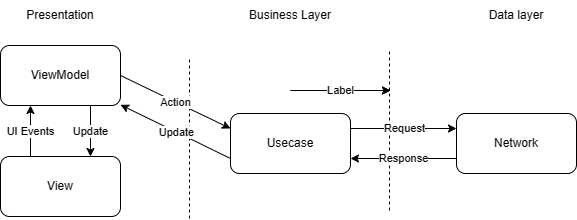
This is temp.drawio.png from mrkazansky/sample-image, a draw.io export, as it was before one commit. Source tidied: cells renumbered, new cells last; positions are measured from the earlier drawing's top-left corner, leaving out a move shared by most shapes. The source it was exported from:
```xml
<mxGraphModel>
  <root>
    <mxCell id="0" />
    <mxCell id="1" parent="0" />
    <mxCell id="2" style="endArrow=none;dashed=1;html=1;rounded=0;" parent="1" edge="1">
      <mxGeometry relative="1" as="geometry">
        <mxPoint x="189" y="218" as="sourcePoint" />
        <mxPoint x="189" y="58" as="targetPoint" />
      </mxGeometry>
    </mxCell>
    <mxCell id="3" style="endArrow=none;dashed=1;html=1;rounded=0;" parent="1" edge="1">
      <mxGeometry relative="1" as="geometry">
        <mxPoint x="389" y="210" as="sourcePoint" />
        <mxPoint x="389" y="50" as="targetPoint" />
      </mxGeometry>
    </mxCell>
    <mxCell id="4" value="View" style="rounded=1;whiteSpace=wrap;html=1;" parent="1" vertex="1">
      <mxGeometry y="156" width="120" height="60" as="geometry" />
    </mxCell>
    <mxCell id="5" value="Presentation" style="text;html=1;strokeColor=none;fillColor=none;align=center;verticalAlign=middle;whiteSpace=wrap;rounded=0;" parent="1" vertex="1">
      <mxGeometry x="30" width="60" height="30" as="geometry" />
    </mxCell>
    <mxCell id="6" value="Business Layer" style="text;html=1;strokeColor=none;fillColor=none;align=center;verticalAlign=middle;whiteSpace=wrap;rounded=0;" parent="1" vertex="1">
      <mxGeometry x="230" width="120" height="30" as="geometry" />
    </mxCell>
    <mxCell id="7" value="Data layer" style="text;html=1;strokeColor=none;fillColor=none;align=center;verticalAlign=middle;whiteSpace=wrap;rounded=0;" parent="1" vertex="1">
      <mxGeometry x="456" width="120" height="30" as="geometry" />
    </mxCell>
    <mxCell id="8" value="Usecase" style="rounded=1;whiteSpace=wrap;html=1;" parent="1" vertex="1">
      <mxGeometry x="230" y="113" width="120" height="60" as="geometry" />
    </mxCell>
    <mxCell id="9" value="Network" style="rounded=1;whiteSpace=wrap;html=1;" parent="1" vertex="1">
      <mxGeometry x="456" y="113" width="120" height="60" as="geometry" />
    </mxCell>
    <mxCell id="10" value="ViewModel" style="rounded=1;whiteSpace=wrap;html=1;" parent="1" vertex="1">
      <mxGeometry y="45" width="120" height="60" as="geometry" />
    </mxCell>
    <mxCell id="11" style="endArrow=classic;html=1;rounded=0;entryX=0;entryY=0.25;entryDx=0;entryDy=0;exitX=1;exitY=0.5;exitDx=0;exitDy=0;" parent="1" edge="1" source="10" target="8">
      <mxGeometry relative="1" as="geometry" />
    </mxCell>
    <mxCell id="12" value="Action" style="edgeLabel;html=1;align=center;verticalAlign=middle;" parent="11" vertex="1">
      <mxGeometry relative="1" as="geometry" />
    </mxCell>
    <mxCell id="13" style="endArrow=classic;html=1;rounded=0;entryX=0;entryY=0.25;entryDx=0;entryDy=0;exitX=1;exitY=0.25;exitDx=0;exitDy=0;" parent="1" edge="1" source="8" target="9">
      <mxGeometry relative="1" as="geometry" />
    </mxCell>
    <mxCell id="14" value="Request" style="edgeLabel;html=1;align=center;verticalAlign=middle;" parent="13" vertex="1">
      <mxGeometry relative="1" as="geometry" />
    </mxCell>
    <mxCell id="15" style="endArrow=classic;html=1;rounded=0;exitX=0;exitY=0.75;exitDx=0;exitDy=0;entryX=1;entryY=0.75;entryDx=0;entryDy=0;" parent="1" edge="1" source="9" target="8">
      <mxGeometry relative="1" as="geometry" />
    </mxCell>
    <mxCell id="16" value="Response" style="edgeLabel;html=1;align=center;verticalAlign=middle;" parent="15" vertex="1">
      <mxGeometry relative="1" as="geometry" />
    </mxCell>
    <mxCell id="17" style="endArrow=classic;html=1;rounded=0;" parent="1" edge="1">
      <mxGeometry relative="1" as="geometry">
        <mxPoint x="290" y="90" as="sourcePoint" />
        <mxPoint x="390" y="90" as="targetPoint" />
      </mxGeometry>
    </mxCell>
    <mxCell id="18" value="Label" style="edgeLabel;html=1;align=center;verticalAlign=middle;" parent="17" vertex="1">
      <mxGeometry relative="1" as="geometry" />
    </mxCell>
    <mxCell id="19" style="endArrow=classic;html=1;rounded=0;exitX=0;exitY=0.75;exitDx=0;exitDy=0;" parent="1" edge="1" source="8" target="10">
      <mxGeometry relative="1" as="geometry" />
    </mxCell>
    <mxCell id="20" value="Update" style="edgeLabel;html=1;align=center;verticalAlign=middle;" parent="19" vertex="1">
      <mxGeometry relative="1" as="geometry" />
    </mxCell>
    <mxCell id="21" style="endArrow=classic;html=1;rounded=0;" parent="1" edge="1">
      <mxGeometry relative="1" as="geometry">
        <mxPoint x="290" y="90" as="sourcePoint" />
        <mxPoint x="390" y="90" as="targetPoint" />
      </mxGeometry>
    </mxCell>
    <mxCell id="22" value="Label" style="edgeLabel;html=1;align=center;verticalAlign=middle;" parent="21" vertex="1">
      <mxGeometry relative="1" as="geometry" />
    </mxCell>
    <mxCell id="23" style="endArrow=classic;html=1;rounded=0;exitX=0.75;exitY=1;exitDx=0;exitDy=0;entryX=0.75;entryY=0;entryDx=0;entryDy=0;" parent="1" edge="1" source="10" target="4">
      <mxGeometry relative="1" as="geometry" />
    </mxCell>
    <mxCell id="24" value="Update" style="edgeLabel;html=1;align=center;verticalAlign=middle;" parent="23" vertex="1">
      <mxGeometry relative="1" as="geometry" />
    </mxCell>
    <mxCell id="25" style="endArrow=classic;html=1;rounded=0;entryX=0.25;entryY=1;entryDx=0;entryDy=0;exitX=0.25;exitY=0;exitDx=0;exitDy=0;" parent="1" edge="1" source="4" target="10">
      <mxGeometry relative="1" as="geometry" />
    </mxCell>
    <mxCell id="26" value="UI Events" style="edgeLabel;html=1;align=center;verticalAlign=middle;" parent="25" vertex="1">
      <mxGeometry relative="1" as="geometry" />
    </mxCell>
  </root>
</mxGraphModel>
```
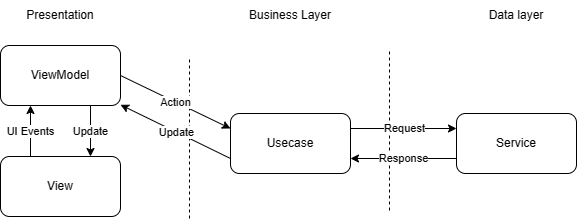
After the change.

What changed in the source:
```diff
@@ -29,7 +29,7 @@
     <mxCell id="8" value="Usecase" style="rounded=1;whiteSpace=wrap;html=1;" parent="1" vertex="1">
       <mxGeometry x="230" y="113" width="120" height="60" as="geometry" />
     </mxCell>
-    <mxCell id="9" value="Network" style="rounded=1;whiteSpace=wrap;html=1;" parent="1" vertex="1">
+    <mxCell id="9" value="Service" style="rounded=1;whiteSpace=wrap;html=1;" parent="1" vertex="1">
       <mxGeometry x="456" y="113" width="120" height="60" as="geometry" />
     </mxCell>
     <mxCell id="10" value="ViewModel" style="rounded=1;whiteSpace=wrap;html=1;" parent="1" vertex="1">
@@ -53,30 +53,12 @@
     <mxCell id="16" value="Response" style="edgeLabel;html=1;align=center;verticalAlign=middle;" parent="15" vertex="1">
       <mxGeometry relative="1" as="geometry" />
     </mxCell>
-    <mxCell id="17" style="endArrow=classic;html=1;rounded=0;" parent="1" edge="1">
-      <mxGeometry relative="1" as="geometry">
-        <mxPoint x="290" y="90" as="sourcePoint" />
-        <mxPoint x="390" y="90" as="targetPoint" />
-      </mxGeometry>
-    </mxCell>
-    <mxCell id="18" value="Label" style="edgeLabel;html=1;align=center;verticalAlign=middle;" parent="17" vertex="1">
-      <mxGeometry relative="1" as="geometry" />
-    </mxCell>
     <mxCell id="19" style="endArrow=classic;html=1;rounded=0;exitX=0;exitY=0.75;exitDx=0;exitDy=0;" parent="1" edge="1" source="8" target="10">
       <mxGeometry relative="1" as="geometry" />
     </mxCell>
     <mxCell id="20" value="Update" style="edgeLabel;html=1;align=center;verticalAlign=middle;" parent="19" vertex="1">
       <mxGeometry relative="1" as="geometry" />
     </mxCell>
-    <mxCell id="21" style="endArrow=classic;html=1;rounded=0;" parent="1" edge="1">
-      <mxGeometry relative="1" as="geometry">
-        <mxPoint x="290" y="90" as="sourcePoint" />
-        <mxPoint x="390" y="90" as="targetPoint" />
-      </mxGeometry>
-    </mxCell>
-    <mxCell id="22" value="Label" style="edgeLabel;html=1;align=center;verticalAlign=middle;" parent="21" vertex="1">
-      <mxGeometry relative="1" as="geometry" />
-    </mxCell>
     <mxCell id="23" style="endArrow=classic;html=1;rounded=0;exitX=0.75;exitY=1;exitDx=0;exitDy=0;entryX=0.75;entryY=0;entryDx=0;entryDy=0;" parent="1" edge="1" source="10" target="4">
       <mxGeometry relative="1" as="geometry" />
     </mxCell>
```
